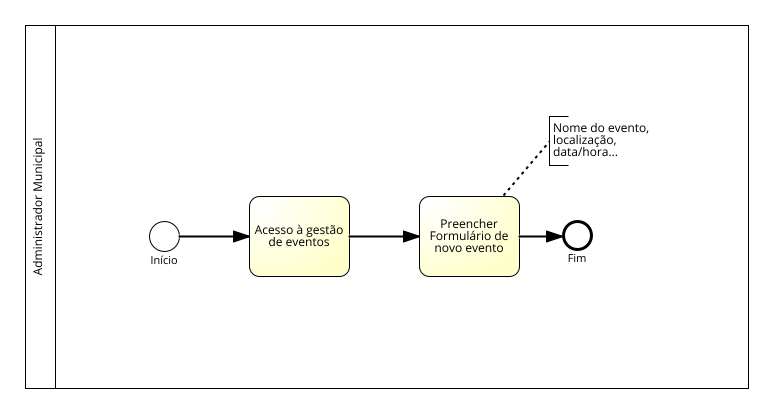
Above: BPMNs/Agenda/Images/RFA1.png in Municip-io-org/Municip.io (BPMN), before the change. Its source is kept beside it as BPMNs/Agenda/RFA1.bpmn. Ids are renumbered.
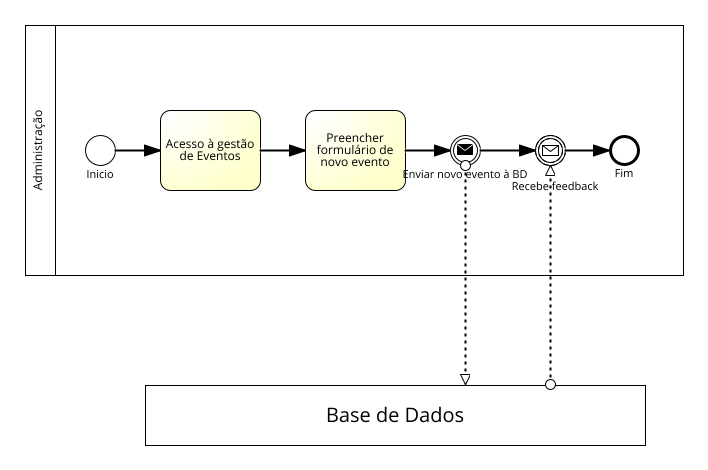
The same diagram one commit later.

Change to the diagram source:
```diff
@@ -1,42 +1,60 @@
-<?xml version="1.0" encoding="UTF-8"?><definitions xmlns="http://www.omg.org/spec/BPMN/20100524/MODEL" xmlns:bpmndi="http://www.omg.org/spec/BPMN/20100524/DI" xmlns:omgdc="http://www.omg.org/spec/DD/20100524/DC" xmlns:omgdi="http://www.omg.org/spec/DD/20100524/DI" xmlns:signavio="http://www.signavio.com" xmlns:xsi="http://www.w3.org/2001/XMLSchema-instance" exporter="Signavio Process Editor, http://www.signavio.com" exporterVersion="17.8.2" expressionLanguage="http://www.w3.org/TR/XPath" id="sid-fd36df41-4299-45e7-aca5-906fb872f76a" targetNamespace="http://www.signavio.com" typeLanguage="http://www.w3.org/2001/XMLSchema" xsi:schemaLocation="http://www.omg.org/spec/BPMN/20100524/MODEL http://www.omg.org/spec/BPMN/2.0/20100501/BPMN20.xsd">
-   <collaboration id="sid-b509be8f-8633-4727-9efd-716c8253ef1f">
+<?xml version="1.0" encoding="UTF-8"?><definitions xmlns="http://www.omg.org/spec/BPMN/20100524/MODEL" xmlns:bpmndi="http://www.omg.org/spec/BPMN/20100524/DI" xmlns:omgdc="http://www.omg.org/spec/DD/20100524/DC" xmlns:omgdi="http://www.omg.org/spec/DD/20100524/DI" xmlns:signavio="http://www.signavio.com" xmlns:xsi="http://www.w3.org/2001/XMLSchema-instance" exporter="Signavio Process Editor, http://www.signavio.com" exporterVersion="17.9.0" expressionLanguage="http://www.w3.org/TR/XPath" id="sid-134c1cb3-5fdd-42d3-8b5a-39860bd26cca" targetNamespace="http://www.signavio.com" typeLanguage="http://www.w3.org/2001/XMLSchema" xsi:schemaLocation="http://www.omg.org/spec/BPMN/20100524/MODEL http://www.omg.org/spec/BPMN/2.0/20100501/BPMN20.xsd">
+   <collaboration id="sid-e29488e4-854f-46b7-9cef-ffd00c517220">
       <extensionElements>
          <signavio:signavioDiagramMetaData metaKey="prozessreifegrad" metaValue=""/>
          <signavio:signavioDiagramMetaData metaKey="iso9000ff" metaValue=""/>
          <signavio:signavioDiagramMetaData metaKey="processgoal" metaValue=""/>
          <signavio:signavioDiagramMetaData metaKey="meta-processowner" metaValue=""/>
-         <signavio:signavioDiagramMetaData metaKey="revisionid" metaValue="4a6c824c6d564b228033665f5d5d50e5"/>
+         <signavio:signavioDiagramMetaData metaKey="revisionid" metaValue="b00545aa1bac45758ac48fd5f552f380"/>
       </extensionElements>
-      <participant id="sid-F276B4AF-5D7E-4383-8EA3-FE62A24807A7" name="Administrador Municipal" processRef="sid-0F9712B0-A74A-4323-BD46-EE50D9F299D4">
+      <participant id="sid-586E377E-0501-4610-B83F-BFD985986569" name="Administração" processRef="sid-CCBC39B1-C06D-4207-AE66-7E842B8E6103">
          <extensionElements>
             <signavio:signavioMetaData metaKey="bgcolor" metaValue="#ffffff"/>
             <signavio:signavioMetaData metaKey="bordercolor" metaValue="#000000"/>
          </extensionElements>
       </participant>
+      <participant id="sid-D5D992DF-753B-41A8-A6B3-6E5410E7A56B" name="Base de Dados">
+         <extensionElements>
+            <signavio:signavioMetaData metaKey="bgcolor" metaValue="#ffffff"/>
+            <signavio:signavioMetaData metaKey="bordercolor" metaValue="#000000"/>
+         </extensionElements>
+      </participant>
+      <messageFlow id="sid-4620BE6D-1E51-406A-A5F2-538ECECBD11A" name="" sourceRef="sid-C6673888-59CF-4B40-A4D6-04B3ADFA4869" targetRef="sid-D5D992DF-753B-41A8-A6B3-6E5410E7A56B">
+         <extensionElements>
+            <signavio:signavioMetaData metaKey="bordercolor" metaValue="#000000"/>
+         </extensionElements>
+      </messageFlow>
+      <messageFlow id="sid-9F57B1C0-30AC-4CA1-97FC-832CBB467480" name="" sourceRef="sid-D5D992DF-753B-41A8-A6B3-6E5410E7A56B" targetRef="sid-92C3FE82-6A20-44F9-9A34-3A9CCE8341F8">
+         <extensionElements>
+            <signavio:signavioMetaData metaKey="bordercolor" metaValue="#000000"/>
+         </extensionElements>
+      </messageFlow>
    </collaboration>
-   <process id="sid-0F9712B0-A74A-4323-BD46-EE50D9F299D4" isClosed="false" isExecutable="false" name="Administrador Municipal" processType="None">
+   <process id="sid-CCBC39B1-C06D-4207-AE66-7E842B8E6103" isClosed="false" isExecutable="false" name="Administração" processType="None">
       <extensionElements/>
-      <laneSet id="sid-563b90ae-0606-4a81-ba34-e7f8c6010193">
-         <lane id="sid-CAAA8963-F80E-437A-B7A2-9C245B7736A0">
+      <laneSet id="sid-a3956380-ece0-4a6c-a10e-35d4c595b1f1">
+         <lane id="sid-2E0906B8-FFD6-4CAC-9350-E3787013B601">
             <extensionElements>
                <signavio:signavioMetaData metaKey="bgcolor" metaValue=""/>
                <signavio:signavioMetaData metaKey="bordercolor" metaValue="#000000"/>
             </extensionElements>
-            <flowNodeRef>sid-85A00047-271D-475F-8AAD-AF6CCE45F54A</flowNodeRef>
-            <flowNodeRef>sid-0BABBB74-53B3-47D9-9080-D934EF1AEBD1</flowNodeRef>
-            <flowNodeRef>sid-86B67E05-B259-4F31-A323-1A1CB7C82426</flowNodeRef>
-            <flowNodeRef>sid-AB081A5D-D8B1-492D-B017-66C4E766D3D7</flowNodeRef>
+            <flowNodeRef>sid-824657F4-9147-4E89-A125-189741B70B02</flowNodeRef>
+            <flowNodeRef>sid-AC57D475-4013-4635-BA43-017F25946E06</flowNodeRef>
+            <flowNodeRef>sid-246226F2-7CA1-4956-9B80-7A70CA823DB7</flowNodeRef>
+            <flowNodeRef>sid-92C3FE82-6A20-44F9-9A34-3A9CCE8341F8</flowNodeRef>
+            <flowNodeRef>sid-C6673888-59CF-4B40-A4D6-04B3ADFA4869</flowNodeRef>
+            <flowNodeRef>sid-2D762BCF-7F64-495F-AD09-1AD9E858A2D0</flowNodeRef>
          </lane>
       </laneSet>
-      <startEvent id="sid-85A00047-271D-475F-8AAD-AF6CCE45F54A" name="Início">
+      <startEvent id="sid-824657F4-9147-4E89-A125-189741B70B02" name="Inicio">
          <extensionElements>
             <signavio:signavioMetaData metaKey="bgcolor" metaValue="#ffffff"/>
             <signavio:signavioMetaData metaKey="bordercolor" metaValue="#000000"/>
             <signavio:signavioMetaData metaKey="vorgngerprozesse" metaValue=""/>
          </extensionElements>
-         <outgoing>sid-3207345D-8892-4EE4-9628-F3B2DA3519E5</outgoing>
+         <outgoing>sid-B4769363-C9D5-4D7C-B2EB-1AC8ED3839A1</outgoing>
       </startEvent>
-      <task completionQuantity="1" id="sid-0BABBB74-53B3-47D9-9080-D934EF1AEBD1" isForCompensation="false" name="Acesso à gestão de eventos" startQuantity="1">
+      <task completionQuantity="1" id="sid-AC57D475-4013-4635-BA43-017F25946E06" isForCompensation="false" name="Acesso à gestão de Eventos " startQuantity="1">
          <extensionElements>
             <signavio:signavioMetaData metaKey="bgcolor" metaValue="#ffffcc"/>
             <signavio:signavioMetaData metaKey="bordercolor" metaValue="#000000"/>
@@ -46,10 +64,10 @@
             <signavio:signavioMetaData metaKey="externaldocuments" metaValue=""/>
             <signavio:signavioMetaData metaKey="wirdinformiert" metaValue=""/>
          </extensionElements>
-         <incoming>sid-3207345D-8892-4EE4-9628-F3B2DA3519E5</incoming>
-         <outgoing>sid-E3902005-3AA5-465D-8E0F-2F57AE1B4BF7</outgoing>
+         <incoming>sid-B4769363-C9D5-4D7C-B2EB-1AC8ED3839A1</incoming>
+         <outgoing>sid-B43C8D8B-5A05-4466-9EAF-B29E87C6FA3F</outgoing>
       </task>
-      <task completionQuantity="1" id="sid-86B67E05-B259-4F31-A323-1A1CB7C82426" isForCompensation="false" name="Preencher Formulário de novo evento" startQuantity="1">
+      <task completionQuantity="1" id="sid-246226F2-7CA1-4956-9B80-7A70CA823DB7" isForCompensation="false" name="Preencher formulário de novo evento" startQuantity="1">
          <extensionElements>
             <signavio:signavioMetaData metaKey="bgcolor" metaValue="#ffffcc"/>
             <signavio:signavioMetaData metaKey="bordercolor" metaValue="#000000"/>
@@ -59,103 +77,148 @@
             <signavio:signavioMetaData metaKey="externaldocuments" metaValue=""/>
             <signavio:signavioMetaData metaKey="wirdinformiert" metaValue=""/>
          </extensionElements>
-         <incoming>sid-E3902005-3AA5-465D-8E0F-2F57AE1B4BF7</incoming>
-         <outgoing>sid-EB191D1E-D285-4CCE-803D-F07C6232DD58</outgoing>
+         <incoming>sid-B43C8D8B-5A05-4466-9EAF-B29E87C6FA3F</incoming>
+         <outgoing>sid-EE6072C6-380C-4FEC-A418-D17227F9F64E</outgoing>
       </task>
-      <endEvent id="sid-AB081A5D-D8B1-492D-B017-66C4E766D3D7" name="Fim">
+      <intermediateCatchEvent id="sid-92C3FE82-6A20-44F9-9A34-3A9CCE8341F8" name="Recebe feedback">
+         <extensionElements>
+            <signavio:signavioMetaData metaKey="bgcolor" metaValue="#ffffff"/>
+            <signavio:signavioMetaData metaKey="bordercolor" metaValue="#000000"/>
+            <signavio:signavioLabel ref="text_name" valign="middle" x="20.0" y="51.0"/>
+         </extensionElements>
+         <incoming>sid-FB39D176-C5B5-4095-BC16-91EB15834159</incoming>
+         <outgoing>sid-952CEEAE-6745-49F8-A976-A707ADE5B618</outgoing>
+         <messageEventDefinition id="sid-57d6bfb7-b145-4684-8940-e29031619848"/>
+      </intermediateCatchEvent>
+      <intermediateThrowEvent id="sid-C6673888-59CF-4B40-A4D6-04B3ADFA4869" name="Enviar novo evento à BD">
+         <extensionElements>
+            <signavio:signavioMetaData metaKey="bgcolor" metaValue="#ffffff"/>
+            <signavio:signavioMetaData metaKey="bordercolor" metaValue="#000000"/>
+         </extensionElements>
+         <incoming>sid-EE6072C6-380C-4FEC-A418-D17227F9F64E</incoming>
+         <outgoing>sid-FB39D176-C5B5-4095-BC16-91EB15834159</outgoing>
+         <messageEventDefinition id="sid-990e0527-59fd-4684-9952-73627e980dfa"/>
+      </intermediateThrowEvent>
+      <endEvent id="sid-2D762BCF-7F64-495F-AD09-1AD9E858A2D0" name="Fim">
          <extensionElements>
             <signavio:signavioMetaData metaKey="bgcolor" metaValue="#ffffff"/>
             <signavio:signavioMetaData metaKey="bordercolor" metaValue="#000000"/>
             <signavio:signavioMetaData metaKey="nachfolgerprozesse" metaValue=""/>
          </extensionElements>
-         <incoming>sid-EB191D1E-D285-4CCE-803D-F07C6232DD58</incoming>
+         <incoming>sid-952CEEAE-6745-49F8-A976-A707ADE5B618</incoming>
       </endEvent>
-      <sequenceFlow id="sid-EB191D1E-D285-4CCE-803D-F07C6232DD58" name="" sourceRef="sid-86B67E05-B259-4F31-A323-1A1CB7C82426" targetRef="sid-AB081A5D-D8B1-492D-B017-66C4E766D3D7">
+      <sequenceFlow id="sid-B4769363-C9D5-4D7C-B2EB-1AC8ED3839A1" name="" sourceRef="sid-824657F4-9147-4E89-A125-189741B70B02" targetRef="sid-AC57D475-4013-4635-BA43-017F25946E06">
          <extensionElements>
             <signavio:signavioMetaData metaKey="bordercolor" metaValue="#000000"/>
          </extensionElements>
       </sequenceFlow>
-      <sequenceFlow id="sid-3207345D-8892-4EE4-9628-F3B2DA3519E5" name="" sourceRef="sid-85A00047-271D-475F-8AAD-AF6CCE45F54A" targetRef="sid-0BABBB74-53B3-47D9-9080-D934EF1AEBD1">
+      <sequenceFlow id="sid-B43C8D8B-5A05-4466-9EAF-B29E87C6FA3F" name="" sourceRef="sid-AC57D475-4013-4635-BA43-017F25946E06" targetRef="sid-246226F2-7CA1-4956-9B80-7A70CA823DB7">
          <extensionElements>
             <signavio:signavioMetaData metaKey="bordercolor" metaValue="#000000"/>
          </extensionElements>
       </sequenceFlow>
-      <sequenceFlow id="sid-E3902005-3AA5-465D-8E0F-2F57AE1B4BF7" name="" sourceRef="sid-0BABBB74-53B3-47D9-9080-D934EF1AEBD1" targetRef="sid-86B67E05-B259-4F31-A323-1A1CB7C82426">
+      <sequenceFlow id="sid-EE6072C6-380C-4FEC-A418-D17227F9F64E" name="" sourceRef="sid-246226F2-7CA1-4956-9B80-7A70CA823DB7" targetRef="sid-C6673888-59CF-4B40-A4D6-04B3ADFA4869">
          <extensionElements>
             <signavio:signavioMetaData metaKey="bordercolor" metaValue="#000000"/>
          </extensionElements>
       </sequenceFlow>
-      <association associationDirection="None" id="sid-5F5A2F72-3D1C-4A91-AC24-628BF6711EEF" sourceRef="sid-86B67E05-B259-4F31-A323-1A1CB7C82426" targetRef="sid-0852AF7A-84A5-440F-A37E-59F99B949940">
+      <sequenceFlow id="sid-FB39D176-C5B5-4095-BC16-91EB15834159" name="" sourceRef="sid-C6673888-59CF-4B40-A4D6-04B3ADFA4869" targetRef="sid-92C3FE82-6A20-44F9-9A34-3A9CCE8341F8">
          <extensionElements>
             <signavio:signavioMetaData metaKey="bordercolor" metaValue="#000000"/>
          </extensionElements>
-      </association>
-      <textAnnotation id="sid-0852AF7A-84A5-440F-A37E-59F99B949940" signavio:alignment="left" textFormat="text/plain">
+      </sequenceFlow>
+      <sequenceFlow id="sid-952CEEAE-6745-49F8-A976-A707ADE5B618" name="" sourceRef="sid-92C3FE82-6A20-44F9-9A34-3A9CCE8341F8" targetRef="sid-2D762BCF-7F64-495F-AD09-1AD9E858A2D0">
          <extensionElements>
             <signavio:signavioMetaData metaKey="bordercolor" metaValue="#000000"/>
          </extensionElements>
-         <text>Nome do evento, localização, data/hora...</text>
-      </textAnnotation>
+      </sequenceFlow>
    </process>
-   <bpmndi:BPMNDiagram id="sid-2bd558c4-060c-4ebc-880d-32148cdf723e">
-      <bpmndi:BPMNPlane bpmnElement="sid-b509be8f-8633-4727-9efd-716c8253ef1f" id="sid-6d9275b9-abcd-4b67-bde2-7e80eadd9cc0">
-         <bpmndi:BPMNShape bpmnElement="sid-F276B4AF-5D7E-4383-8EA3-FE62A24807A7" id="sid-F276B4AF-5D7E-4383-8EA3-FE62A24807A7_gui" isHorizontal="true">
-            <omgdc:Bounds height="363.0" width="723.0" x="276.0" y="229.0"/>
-            <bpmndi:BPMNLabel labelStyle="sid-2562de9e-9a32-4ec6-b745-54ae84a58c75">
-               <omgdc:Bounds height="128.05714416503906" width="12.0" x="281.0" y="346.47142791748047"/>
+   <bpmndi:BPMNDiagram id="sid-6bfa99fe-da4e-403e-9340-94ea28824857">
+      <bpmndi:BPMNPlane bpmnElement="sid-e29488e4-854f-46b7-9cef-ffd00c517220" id="sid-c6120f08-b67b-4d27-90a7-c94799911ad8">
+         <bpmndi:BPMNShape bpmnElement="sid-586E377E-0501-4610-B83F-BFD985986569" id="sid-586E377E-0501-4610-B83F-BFD985986569_gui" isHorizontal="true">
+            <omgdc:Bounds height="250.0" width="658.0" x="80.0" y="80.0"/>
+            <bpmndi:BPMNLabel labelStyle="sid-191e53f8-8839-40e1-a879-e48964a46713">
+               <omgdc:Bounds height="78.68571472167969" width="12.000000000000014" x="85.0" y="165.65714263916016"/>
             </bpmndi:BPMNLabel>
          </bpmndi:BPMNShape>
-         <bpmndi:BPMNShape bpmnElement="sid-CAAA8963-F80E-437A-B7A2-9C245B7736A0" id="sid-CAAA8963-F80E-437A-B7A2-9C245B7736A0_gui" isHorizontal="true">
-            <omgdc:Bounds height="363.0" width="693.0" x="306.0" y="229.0"/>
-         </bpmndi:BPMNShape>
-         <bpmndi:BPMNShape bpmnElement="sid-85A00047-271D-475F-8AAD-AF6CCE45F54A" id="sid-85A00047-271D-475F-8AAD-AF6CCE45F54A_gui">
-            <omgdc:Bounds height="30.0" width="30.0" x="400.0" y="425.0"/>
-            <bpmndi:BPMNLabel labelStyle="sid-98d3d687-33ad-46d3-aee9-be0a3601aaf3">
-               <omgdc:Bounds height="11.0" width="29.700000762939453" x="400.1499996185303" y="457.0"/>
+         <bpmndi:BPMNShape bpmnElement="sid-D5D992DF-753B-41A8-A6B3-6E5410E7A56B" id="sid-D5D992DF-753B-41A8-A6B3-6E5410E7A56B_gui" isHorizontal="true">
+            <omgdc:Bounds height="60.0" width="500.0" x="200.0" y="440.0"/>
+            <bpmndi:BPMNLabel labelStyle="sid-191e53f8-8839-40e1-a879-e48964a46713">
+               <omgdc:Bounds height="20.0" width="136.28570556640625" x="381.8571472167969" y="457.0"/>
             </bpmndi:BPMNLabel>
          </bpmndi:BPMNShape>
-         <bpmndi:BPMNShape bpmnElement="sid-0BABBB74-53B3-47D9-9080-D934EF1AEBD1" id="sid-0BABBB74-53B3-47D9-9080-D934EF1AEBD1_gui">
-            <omgdc:Bounds height="80.0" width="100.0" x="500.0" y="400.0"/>
-            <bpmndi:BPMNLabel labelStyle="sid-2562de9e-9a32-4ec6-b745-54ae84a58c75">
-               <omgdc:Bounds height="24.0" width="91.028564453125" x="504.4857177734375" y="426.0"/>
+         <bpmndi:BPMNShape bpmnElement="sid-2E0906B8-FFD6-4CAC-9350-E3787013B601" id="sid-2E0906B8-FFD6-4CAC-9350-E3787013B601_gui" isHorizontal="true">
+            <omgdc:Bounds height="250.0" width="628.0" x="110.0" y="80.0"/>
+         </bpmndi:BPMNShape>
+         <bpmndi:BPMNShape bpmnElement="sid-824657F4-9147-4E89-A125-189741B70B02" id="sid-824657F4-9147-4E89-A125-189741B70B02_gui">
+            <omgdc:Bounds height="30.0" width="30.0" x="140.0" y="190.0"/>
+            <bpmndi:BPMNLabel labelStyle="sid-806f5cc3-3cb6-413a-b65f-879fad9ee19b">
+               <omgdc:Bounds height="11.0" width="25.45714569091797" x="142.27142715454102" y="222.0"/>
             </bpmndi:BPMNLabel>
          </bpmndi:BPMNShape>
-         <bpmndi:BPMNShape bpmnElement="sid-86B67E05-B259-4F31-A323-1A1CB7C82426" id="sid-86B67E05-B259-4F31-A323-1A1CB7C82426_gui">
-            <omgdc:Bounds height="80.0" width="100.0" x="670.0" y="400.0"/>
-            <bpmndi:BPMNLabel labelStyle="sid-2562de9e-9a32-4ec6-b745-54ae84a58c75">
-               <omgdc:Bounds height="36.0" width="74.82857513427734" x="682.5857124328613" y="420.0"/>
+         <bpmndi:BPMNShape bpmnElement="sid-AC57D475-4013-4635-BA43-017F25946E06" id="sid-AC57D475-4013-4635-BA43-017F25946E06_gui">
+            <omgdc:Bounds height="80.0" width="100.0" x="215.0" y="165.0"/>
+            <bpmndi:BPMNLabel labelStyle="sid-191e53f8-8839-40e1-a879-e48964a46713">
+               <omgdc:Bounds height="24.0" width="91.028564453125" x="219.4857177734375" y="191.0"/>
             </bpmndi:BPMNLabel>
          </bpmndi:BPMNShape>
-         <bpmndi:BPMNShape bpmnElement="sid-AB081A5D-D8B1-492D-B017-66C4E766D3D7" id="sid-AB081A5D-D8B1-492D-B017-66C4E766D3D7_gui">
-            <omgdc:Bounds height="28.0" width="28.0" x="815.0" y="426.0"/>
-            <bpmndi:BPMNLabel labelStyle="sid-98d3d687-33ad-46d3-aee9-be0a3601aaf3">
-               <omgdc:Bounds height="11.0" width="16.97142791748047" x="820.5142860412598" y="456.0"/>
+         <bpmndi:BPMNShape bpmnElement="sid-246226F2-7CA1-4956-9B80-7A70CA823DB7" id="sid-246226F2-7CA1-4956-9B80-7A70CA823DB7_gui">
+            <omgdc:Bounds height="80.0" width="100.0" x="360.0" y="165.0"/>
+            <bpmndi:BPMNLabel labelStyle="sid-191e53f8-8839-40e1-a879-e48964a46713">
+               <omgdc:Bounds height="36.0" width="72.5142822265625" x="373.74285888671875" y="185.0"/>
             </bpmndi:BPMNLabel>
          </bpmndi:BPMNShape>
-         <bpmndi:BPMNShape bpmnElement="sid-0852AF7A-84A5-440F-A37E-59F99B949940" id="sid-0852AF7A-84A5-440F-A37E-59F99B949940_gui">
-            <omgdc:Bounds height="50.0" width="100.0" x="800.0" y="320.0"/>
+         <bpmndi:BPMNShape bpmnElement="sid-92C3FE82-6A20-44F9-9A34-3A9CCE8341F8" id="sid-92C3FE82-6A20-44F9-9A34-3A9CCE8341F8_gui">
+            <omgdc:Bounds height="30.0" width="30.0" x="590.0" y="190.0"/>
+            <bpmndi:BPMNLabel labelStyle="sid-806f5cc3-3cb6-413a-b65f-879fad9ee19b">
+               <omgdc:Bounds height="11.0" width="82.7357177734375" x="568.6321411132812" y="234.0"/>
+            </bpmndi:BPMNLabel>
          </bpmndi:BPMNShape>
-         <bpmndi:BPMNEdge bpmnElement="sid-5F5A2F72-3D1C-4A91-AC24-628BF6711EEF" id="sid-5F5A2F72-3D1C-4A91-AC24-628BF6711EEF_gui">
-            <omgdi:waypoint x="753.75" y="400.0"/>
-            <omgdi:waypoint x="800.0" y="345.18518518518516"/>
+         <bpmndi:BPMNShape bpmnElement="sid-C6673888-59CF-4B40-A4D6-04B3ADFA4869" id="sid-C6673888-59CF-4B40-A4D6-04B3ADFA4869_gui">
+            <omgdc:Bounds height="30.0" width="30.0" x="505.0" y="190.0"/>
+            <bpmndi:BPMNLabel labelStyle="sid-806f5cc3-3cb6-413a-b65f-879fad9ee19b">
+               <omgdc:Bounds height="11.0" width="124.4571533203125" x="457.77142333984375" y="222.0"/>
+            </bpmndi:BPMNLabel>
+         </bpmndi:BPMNShape>
+         <bpmndi:BPMNShape bpmnElement="sid-2D762BCF-7F64-495F-AD09-1AD9E858A2D0" id="sid-2D762BCF-7F64-495F-AD09-1AD9E858A2D0_gui">
+            <omgdc:Bounds height="28.0" width="28.0" x="665.0" y="191.0"/>
+            <bpmndi:BPMNLabel labelStyle="sid-806f5cc3-3cb6-413a-b65f-879fad9ee19b">
+               <omgdc:Bounds height="11.0" width="16.97142791748047" x="670.5142860412598" y="221.0"/>
+            </bpmndi:BPMNLabel>
+         </bpmndi:BPMNShape>
+         <bpmndi:BPMNEdge bpmnElement="sid-B4769363-C9D5-4D7C-B2EB-1AC8ED3839A1" id="sid-B4769363-C9D5-4D7C-B2EB-1AC8ED3839A1_gui">
+            <omgdi:waypoint x="170.0" y="205.0"/>
+            <omgdi:waypoint x="215.0" y="205.0"/>
          </bpmndi:BPMNEdge>
-         <bpmndi:BPMNEdge bpmnElement="sid-EB191D1E-D285-4CCE-803D-F07C6232DD58" id="sid-EB191D1E-D285-4CCE-803D-F07C6232DD58_gui">
-            <omgdi:waypoint x="770.0" y="440.0"/>
-            <omgdi:waypoint x="815.0" y="440.0"/>
+         <bpmndi:BPMNEdge bpmnElement="sid-B43C8D8B-5A05-4466-9EAF-B29E87C6FA3F" id="sid-B43C8D8B-5A05-4466-9EAF-B29E87C6FA3F_gui">
+            <omgdi:waypoint x="315.0" y="205.0"/>
+            <omgdi:waypoint x="360.0" y="205.0"/>
          </bpmndi:BPMNEdge>
-         <bpmndi:BPMNEdge bpmnElement="sid-3207345D-8892-4EE4-9628-F3B2DA3519E5" id="sid-3207345D-8892-4EE4-9628-F3B2DA3519E5_gui">
-            <omgdi:waypoint x="430.0" y="440.0"/>
-            <omgdi:waypoint x="500.0" y="440.0"/>
+         <bpmndi:BPMNEdge bpmnElement="sid-EE6072C6-380C-4FEC-A418-D17227F9F64E" id="sid-EE6072C6-380C-4FEC-A418-D17227F9F64E_gui">
+            <omgdi:waypoint x="460.0" y="205.0"/>
+            <omgdi:waypoint x="505.0" y="205.0"/>
          </bpmndi:BPMNEdge>
-         <bpmndi:BPMNEdge bpmnElement="sid-E3902005-3AA5-465D-8E0F-2F57AE1B4BF7" id="sid-E3902005-3AA5-465D-8E0F-2F57AE1B4BF7_gui">
-            <omgdi:waypoint x="600.0" y="440.0"/>
-            <omgdi:waypoint x="670.0" y="440.0"/>
+         <bpmndi:BPMNEdge bpmnElement="sid-FB39D176-C5B5-4095-BC16-91EB15834159" id="sid-FB39D176-C5B5-4095-BC16-91EB15834159_gui">
+            <omgdi:waypoint x="535.0" y="205.0"/>
+            <omgdi:waypoint x="590.0" y="205.0"/>
+         </bpmndi:BPMNEdge>
+         <bpmndi:BPMNEdge bpmnElement="sid-952CEEAE-6745-49F8-A976-A707ADE5B618" id="sid-952CEEAE-6745-49F8-A976-A707ADE5B618_gui">
+            <omgdi:waypoint x="620.0" y="205.0"/>
+            <omgdi:waypoint x="665.0" y="205.0"/>
+         </bpmndi:BPMNEdge>
+         <bpmndi:BPMNEdge bpmnElement="sid-4620BE6D-1E51-406A-A5F2-538ECECBD11A" id="sid-4620BE6D-1E51-406A-A5F2-538ECECBD11A_gui">
+            <omgdi:waypoint x="520.0" y="220.0"/>
+            <omgdi:waypoint x="520.0" y="440.0"/>
+         </bpmndi:BPMNEdge>
+         <bpmndi:BPMNEdge bpmnElement="sid-9F57B1C0-30AC-4CA1-97FC-832CBB467480" id="sid-9F57B1C0-30AC-4CA1-97FC-832CBB467480_gui">
+            <omgdi:waypoint x="605.0" y="440.0"/>
+            <omgdi:waypoint x="605.0" y="220.0"/>
          </bpmndi:BPMNEdge>
       </bpmndi:BPMNPlane>
-      <bpmndi:BPMNLabelStyle id="sid-98d3d687-33ad-46d3-aee9-be0a3601aaf3">
+      <bpmndi:BPMNLabelStyle id="sid-806f5cc3-3cb6-413a-b65f-879fad9ee19b">
          <omgdc:Font isBold="false" isItalic="false" isStrikeThrough="false" isUnderline="false" name="Arial" size="11.0"/>
       </bpmndi:BPMNLabelStyle>
-      <bpmndi:BPMNLabelStyle id="sid-2562de9e-9a32-4ec6-b745-54ae84a58c75">
+      <bpmndi:BPMNLabelStyle id="sid-191e53f8-8839-40e1-a879-e48964a46713">
          <omgdc:Font isBold="false" isItalic="false" isStrikeThrough="false" isUnderline="false" name="Arial" size="12.0"/>
       </bpmndi:BPMNLabelStyle>
    </bpmndi:BPMNDiagram>
```
